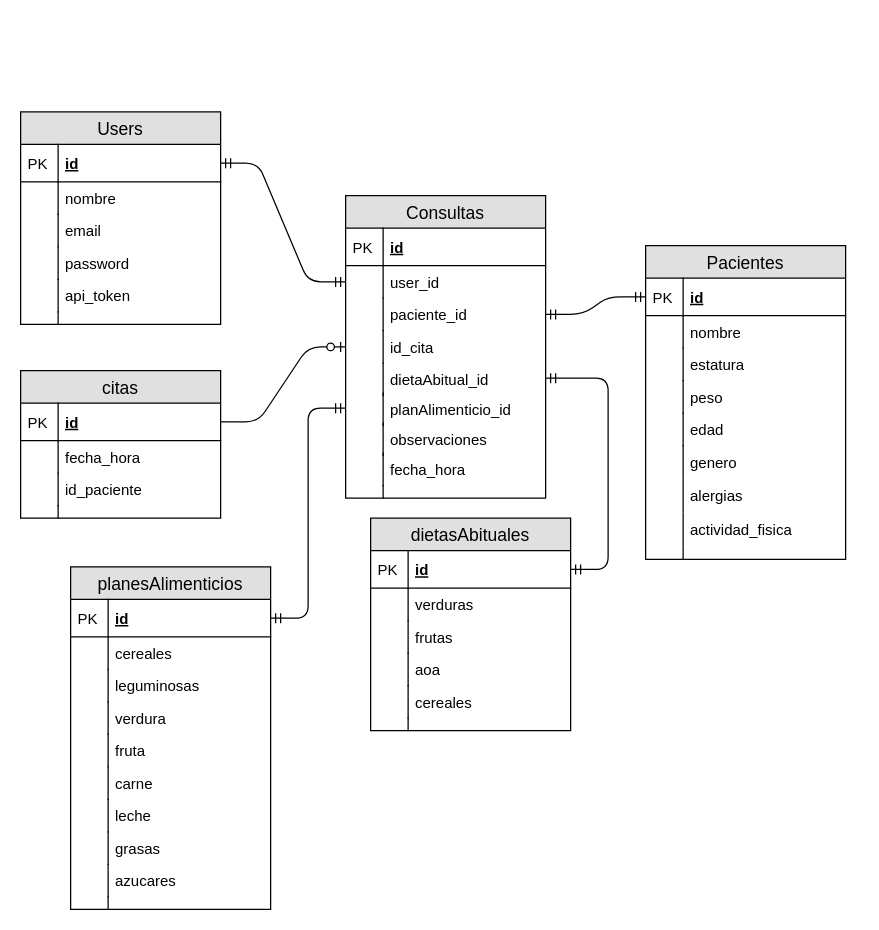
Above: baseDeDatosProyecto.drawio in elagabalus01/nutrikit (draw.io), before the change. Source tidied: cells renumbered, new cells numbered last; positions are measured from the earlier drawing's top-left corner, leaving out a move shared by most shapes. Both pictures are drawn from the tidied source at 125%, with x=0, y=0 at pixel (20, 111).
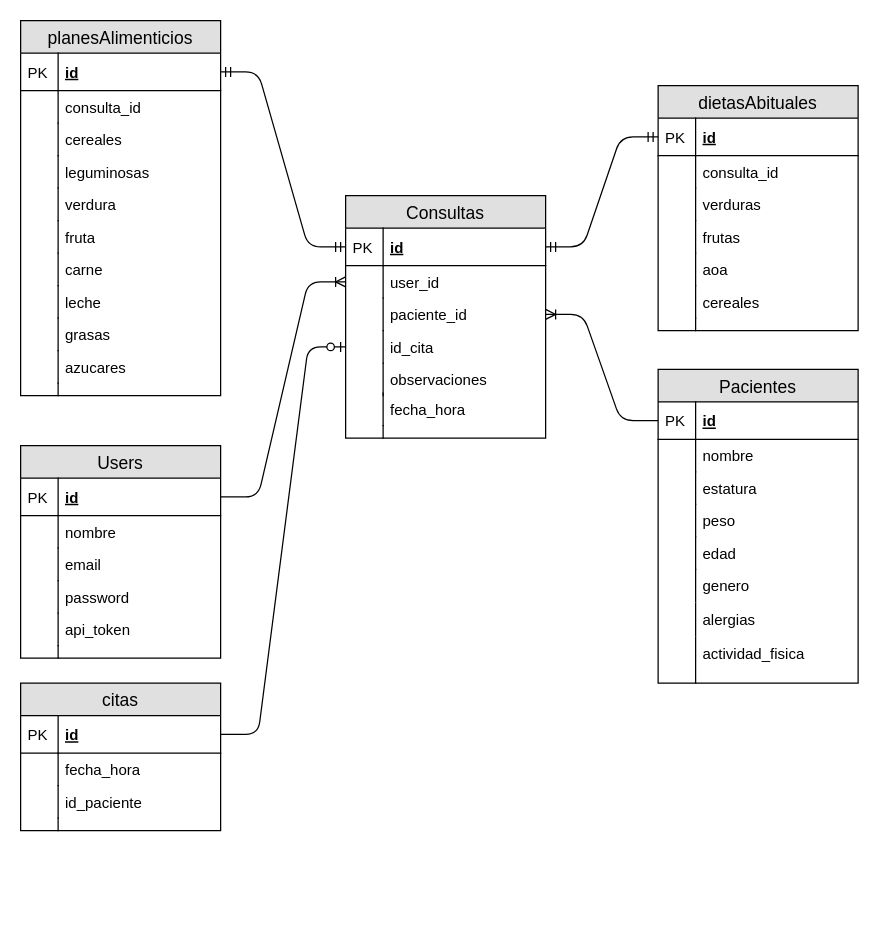
Above is the later version.

The change refers to these unchanged cells:
```xml
<mxCell id="3" value="id" style="shape=partialRectangle;top=0;left=0;right=0;bottom=1;align=left;verticalAlign=middle;fillColor=none;spacingLeft=34;spacingRight=4;overflow=hidden;points=[[0,0.5],[1,0.5]];portConstraint=eastwest;fontStyle=5;fontSize=12;" parent="2" vertex="1">
  <mxGeometry y="26" width="160" height="30" as="geometry" />
</mxCell>
<mxCell id="16" value="id" style="shape=partialRectangle;top=0;left=0;right=0;bottom=1;align=left;verticalAlign=middle;fillColor=none;spacingLeft=34;spacingRight=4;overflow=hidden;points=[[0,0.5],[1,0.5]];portConstraint=eastwest;fontStyle=5;fontSize=12;" parent="15" vertex="1">
  <mxGeometry y="26" width="160" height="30" as="geometry" />
</mxCell>
<mxCell id="44" value="id" style="shape=partialRectangle;top=0;left=0;right=0;bottom=1;align=left;verticalAlign=middle;fillColor=none;spacingLeft=34;spacingRight=4;overflow=hidden;points=[[0,0.5],[1,0.5]];portConstraint=eastwest;fontStyle=5;fontSize=12;" parent="43" vertex="1">
  <mxGeometry y="26" width="160" height="30" as="geometry" />
</mxCell>
<mxCell id="46" value="user_id" style="shape=partialRectangle;top=0;left=0;right=0;bottom=0;align=left;verticalAlign=top;fillColor=none;spacingLeft=34;spacingRight=4;overflow=hidden;points=[[0,0.5],[1,0.5]];portConstraint=eastwest;fontSize=12;" parent="43" vertex="1">
  <mxGeometry y="56" width="160" height="26" as="geometry" />
</mxCell>
<mxCell id="48" value="paciente_id" style="shape=partialRectangle;top=0;left=0;right=0;bottom=0;align=left;verticalAlign=top;fillColor=none;spacingLeft=34;spacingRight=4;overflow=hidden;points=[[0,0.5],[1,0.5]];portConstraint=eastwest;fontSize=12;" parent="43" vertex="1">
  <mxGeometry y="82" width="160" height="26" as="geometry" />
</mxCell>
<mxCell id="66" value="id" style="shape=partialRectangle;top=0;left=0;right=0;bottom=1;align=left;verticalAlign=middle;fillColor=none;spacingLeft=34;spacingRight=4;overflow=hidden;points=[[0,0.5],[1,0.5]];portConstraint=eastwest;fontStyle=5;fontSize=12;" parent="65" vertex="1">
  <mxGeometry y="26" width="160" height="30" as="geometry" />
</mxCell>
<mxCell id="79" value="id" style="shape=partialRectangle;top=0;left=0;right=0;bottom=1;align=left;verticalAlign=middle;fillColor=none;spacingLeft=34;spacingRight=4;overflow=hidden;points=[[0,0.5],[1,0.5]];portConstraint=eastwest;fontStyle=5;fontSize=12;" parent="78" vertex="1">
  <mxGeometry y="26" width="160" height="30" as="geometry" />
</mxCell>
```

Diff of the diagram source:
```diff
@@
     <mxCell id="2" value="Users" style="swimlane;fontStyle=0;horizontal=1;startSize=26;fillColor=#e0e0e0;swimlaneFillColor=#ffffff;align=center;fontSize=14;" parent="1" vertex="1">
-      <mxGeometry width="160" height="170" as="geometry" />
+      <mxGeometry y="267" width="160" height="170" as="geometry" />
     </mxCell>
@@
     <mxCell id="15" value="Pacientes" style="swimlane;fontStyle=0;horizontal=1;startSize=26;fillColor=#e0e0e0;swimlaneFillColor=#ffffff;align=center;fontSize=14;" parent="1" vertex="1">
-      <mxGeometry x="500" y="107" width="160" height="251" as="geometry" />
+      <mxGeometry x="510" y="206" width="160" height="251" as="geometry" />
     </mxCell>
@@
     <mxCell id="34" value="citas" style="swimlane;fontStyle=0;horizontal=1;startSize=26;fillColor=#e0e0e0;swimlaneFillColor=#ffffff;align=center;fontSize=14;" parent="1" vertex="1">
-      <mxGeometry y="207" width="160" height="118" as="geometry" />
+      <mxGeometry y="457" width="160" height="118" as="geometry" />
     </mxCell>
@@
     <mxCell id="43" value="Consultas" style="swimlane;fontStyle=0;horizontal=1;startSize=26;fillColor=#e0e0e0;swimlaneFillColor=#ffffff;align=center;fontSize=14;" parent="1" vertex="1">
-      <mxGeometry x="260" y="67" width="160" height="242" as="geometry" />
+      <mxGeometry x="260" y="67" width="160" height="194" as="geometry" />
     </mxCell>
@@
-    <mxCell id="52" value="dietaAbitual_id" style="shape=partialRectangle;top=0;left=0;right=0;bottom=0;align=left;verticalAlign=top;fillColor=none;spacingLeft=34;spacingRight=4;overflow=hidden;points=[[0,0.5],[1,0.5]];portConstraint=eastwest;fontSize=12;" parent="43" vertex="1">
-      <mxGeometry y="134" width="160" height="24" as="geometry" />
-    </mxCell>
-    <mxCell id="53" style="shape=partialRectangle;top=0;left=0;bottom=0;fillColor=none;align=left;verticalAlign=top;spacingLeft=4;spacingRight=4;overflow=hidden;fontSize=12;" parent="52" vertex="1">
-      <mxGeometry width="30" height="26" as="geometry" />
-    </mxCell>
-    <mxCell id="54" value="planAlimenticio_id" style="shape=partialRectangle;top=0;left=0;right=0;bottom=0;align=left;verticalAlign=top;fillColor=none;spacingLeft=34;spacingRight=4;overflow=hidden;points=[[0,0.5],[1,0.5]];portConstraint=eastwest;fontSize=12;" parent="43" vertex="1">
-      <mxGeometry y="158" width="160" height="24" as="geometry" />
-    </mxCell>
-    <mxCell id="55" style="shape=partialRectangle;top=0;left=0;bottom=0;fillColor=none;align=left;verticalAlign=top;spacingLeft=4;spacingRight=4;overflow=hidden;fontSize=12;" parent="54" vertex="1">
-      <mxGeometry width="30" height="26" as="geometry" />
-    </mxCell>
     <mxCell id="56" value="observaciones" style="shape=partialRectangle;top=0;left=0;right=0;bottom=0;align=left;verticalAlign=top;fillColor=none;spacingLeft=34;spacingRight=4;overflow=hidden;fontSize=12;" parent="43" vertex="1">
-      <mxGeometry y="182" width="160" height="24" as="geometry" />
+      <mxGeometry y="134" width="160" height="24" as="geometry" />
     </mxCell>
@@
     <mxCell id="58" value="fecha_hora" style="shape=partialRectangle;top=0;left=0;right=0;bottom=0;align=left;verticalAlign=top;fillColor=none;spacingLeft=34;spacingRight=4;overflow=hidden;fontSize=12;" parent="43" vertex="1">
-      <mxGeometry y="206" width="160" height="26" as="geometry" />
+      <mxGeometry y="158" width="160" height="26" as="geometry" />
     </mxCell>
@@
     <mxCell id="60" style="shape=partialRectangle;top=0;left=0;right=0;bottom=0;align=left;verticalAlign=top;fillColor=none;spacingLeft=34;spacingRight=4;overflow=hidden;fontSize=12;" parent="43" vertex="1">
-      <mxGeometry y="232" width="160" height="10" as="geometry" />
+      <mxGeometry y="184" width="160" height="10" as="geometry" />
     </mxCell>
@@
-    <mxCell id="62" style="edgeStyle=entityRelationEdgeStyle;fontSize=12;html=1;endArrow=ERmandOne;startArrow=ERmandOne;exitX=1;exitY=0.5;exitDx=0;exitDy=0;" parent="1" edge="1" source="3" target="46">
-      <mxGeometry relative="1" as="geometry" />
-    </mxCell>
-    <mxCell id="63" style="edgeStyle=entityRelationEdgeStyle;fontSize=12;html=1;endArrow=ERmandOne;startArrow=ERmandOne;entryX=0;entryY=0.5;entryDx=0;entryDy=0;" parent="1" edge="1" source="48" target="16">
-      <mxGeometry relative="1" as="geometry" />
-    </mxCell>
@@
     <mxCell id="65" value="dietasAbituales" style="swimlane;fontStyle=0;horizontal=1;startSize=26;fillColor=#e0e0e0;swimlaneFillColor=#ffffff;align=center;fontSize=14;" parent="1" vertex="1">
-      <mxGeometry x="280" y="325" width="160" height="170" as="geometry" />
+      <mxGeometry x="510" y="-21" width="160" height="196" as="geometry" />
     </mxCell>
@@
-    <mxCell id="68" value="verduras" style="shape=partialRectangle;top=0;left=0;right=0;bottom=0;align=left;verticalAlign=top;fillColor=none;spacingLeft=34;spacingRight=4;overflow=hidden;fontSize=12;" parent="65" vertex="1">
+    <mxCell id="68" value="consulta_id" style="shape=partialRectangle;top=0;left=0;right=0;bottom=0;align=left;verticalAlign=top;fillColor=none;spacingLeft=34;spacingRight=4;overflow=hidden;fontSize=12;" parent="65" vertex="1">
       <mxGeometry y="56" width="160" height="26" as="geometry" />
     </mxCell>
@@
+    <mxCell id="101" value="verduras" style="shape=partialRectangle;top=0;left=0;right=0;bottom=0;align=left;verticalAlign=top;fillColor=none;spacingLeft=34;spacingRight=4;overflow=hidden;fontSize=12;" parent="65" vertex="1">
+      <mxGeometry y="82" width="160" height="26" as="geometry" />
+    </mxCell>
+    <mxCell id="102" style="shape=partialRectangle;top=0;left=0;bottom=0;fillColor=none;align=left;verticalAlign=top;spacingLeft=4;spacingRight=4;overflow=hidden;fontSize=12;" parent="101" vertex="1">
+      <mxGeometry width="30" height="26" as="geometry" />
+    </mxCell>
     <mxCell id="70" value="frutas" style="shape=partialRectangle;top=0;left=0;right=0;bottom=0;align=left;verticalAlign=top;fillColor=none;spacingLeft=34;spacingRight=4;overflow=hidden;fontSize=12;" parent="65" vertex="1">
-      <mxGeometry y="82" width="160" height="26" as="geometry" />
+      <mxGeometry y="108" width="160" height="26" as="geometry" />
     </mxCell>
@@
     <mxCell id="72" value="aoa" style="shape=partialRectangle;top=0;left=0;right=0;bottom=0;align=left;verticalAlign=top;fillColor=none;spacingLeft=34;spacingRight=4;overflow=hidden;fontSize=12;" parent="65" vertex="1">
-      <mxGeometry y="108" width="160" height="26" as="geometry" />
+      <mxGeometry y="134" width="160" height="26" as="geometry" />
     </mxCell>
@@
     <mxCell id="74" value="cereales" style="shape=partialRectangle;top=0;left=0;right=0;bottom=0;align=left;verticalAlign=top;fillColor=none;spacingLeft=34;spacingRight=4;overflow=hidden;fontSize=12;" parent="65" vertex="1">
-      <mxGeometry y="134" width="160" height="26" as="geometry" />
+      <mxGeometry y="160" width="160" height="26" as="geometry" />
     </mxCell>
@@
     <mxCell id="76" style="shape=partialRectangle;top=0;left=0;right=0;bottom=0;align=left;verticalAlign=top;fillColor=none;spacingLeft=34;spacingRight=4;overflow=hidden;fontSize=12;" parent="65" vertex="1">
-      <mxGeometry y="160" width="160" height="10" as="geometry" />
+      <mxGeometry y="186" width="160" height="10" as="geometry" />
     </mxCell>
@@
     <mxCell id="78" value="planesAlimenticios" style="swimlane;fontStyle=0;horizontal=1;startSize=26;fillColor=#e0e0e0;swimlaneFillColor=#ffffff;align=center;fontSize=14;" parent="1" vertex="1">
-      <mxGeometry x="40" y="364" width="160" height="274" as="geometry" />
+      <mxGeometry y="-73" width="160" height="300" as="geometry" />
     </mxCell>
@@
-    <mxCell id="81" value="cereales" style="shape=partialRectangle;top=0;left=0;right=0;bottom=0;align=left;verticalAlign=top;fillColor=none;spacingLeft=34;spacingRight=4;overflow=hidden;fontSize=12;" parent="78" vertex="1">
+    <mxCell id="81" value="consulta_id" style="shape=partialRectangle;top=0;left=0;right=0;bottom=0;align=left;verticalAlign=top;fillColor=none;spacingLeft=34;spacingRight=4;overflow=hidden;fontSize=12;" parent="78" vertex="1">
       <mxGeometry y="56" width="160" height="26" as="geometry" />
     </mxCell>
@@
+    <mxCell id="103" value="cereales" style="shape=partialRectangle;top=0;left=0;right=0;bottom=0;align=left;verticalAlign=top;fillColor=none;spacingLeft=34;spacingRight=4;overflow=hidden;fontSize=12;" parent="78" vertex="1">
+      <mxGeometry y="82" width="160" height="26" as="geometry" />
+    </mxCell>
+    <mxCell id="104" style="shape=partialRectangle;top=0;left=0;bottom=0;fillColor=none;align=left;verticalAlign=top;spacingLeft=4;spacingRight=4;overflow=hidden;fontSize=12;" parent="103" vertex="1">
+      <mxGeometry width="30" height="26" as="geometry" />
+    </mxCell>
     <mxCell id="83" value="leguminosas" style="shape=partialRectangle;top=0;left=0;right=0;bottom=0;align=left;verticalAlign=top;fillColor=none;spacingLeft=34;spacingRight=4;overflow=hidden;fontSize=12;" parent="78" vertex="1">
-      <mxGeometry y="82" width="160" height="26" as="geometry" />
+      <mxGeometry y="108" width="160" height="26" as="geometry" />
     </mxCell>
@@
     <mxCell id="85" value="verdura" style="shape=partialRectangle;top=0;left=0;right=0;bottom=0;align=left;verticalAlign=top;fillColor=none;spacingLeft=34;spacingRight=4;overflow=hidden;fontSize=12;" parent="78" vertex="1">
-      <mxGeometry y="108" width="160" height="26" as="geometry" />
+      <mxGeometry y="134" width="160" height="26" as="geometry" />
     </mxCell>
@@
     <mxCell id="87" value="fruta" style="shape=partialRectangle;top=0;left=0;right=0;bottom=0;align=left;verticalAlign=top;fillColor=none;spacingLeft=34;spacingRight=4;overflow=hidden;fontSize=12;" parent="78" vertex="1">
-      <mxGeometry y="134" width="160" height="26" as="geometry" />
+      <mxGeometry y="160" width="160" height="26" as="geometry" />
     </mxCell>
@@
     <mxCell id="89" value="carne" style="shape=partialRectangle;top=0;left=0;right=0;bottom=0;align=left;verticalAlign=top;fillColor=none;spacingLeft=34;spacingRight=4;overflow=hidden;fontSize=12;" parent="78" vertex="1">
-      <mxGeometry y="160" width="160" height="26" as="geometry" />
+      <mxGeometry y="186" width="160" height="26" as="geometry" />
     </mxCell>
@@
     <mxCell id="91" value="leche" style="shape=partialRectangle;top=0;left=0;right=0;bottom=0;align=left;verticalAlign=top;fillColor=none;spacingLeft=34;spacingRight=4;overflow=hidden;fontSize=12;" parent="78" vertex="1">
-      <mxGeometry y="186" width="160" height="26" as="geometry" />
+      <mxGeometry y="212" width="160" height="26" as="geometry" />
     </mxCell>
@@
     <mxCell id="93" value="grasas" style="shape=partialRectangle;top=0;left=0;right=0;bottom=0;align=left;verticalAlign=top;fillColor=none;spacingLeft=34;spacingRight=4;overflow=hidden;fontSize=12;" parent="78" vertex="1">
-      <mxGeometry y="212" width="160" height="26" as="geometry" />
+      <mxGeometry y="238" width="160" height="26" as="geometry" />
     </mxCell>
@@
     <mxCell id="95" value="azucares" style="shape=partialRectangle;top=0;left=0;right=0;bottom=0;align=left;verticalAlign=top;fillColor=none;spacingLeft=34;spacingRight=4;overflow=hidden;fontSize=12;" parent="78" vertex="1">
-      <mxGeometry y="238" width="160" height="26" as="geometry" />
+      <mxGeometry y="264" width="160" height="26" as="geometry" />
     </mxCell>
@@
     <mxCell id="97" style="shape=partialRectangle;top=0;left=0;right=0;bottom=0;align=left;verticalAlign=top;fillColor=none;spacingLeft=34;spacingRight=4;overflow=hidden;fontSize=12;" parent="78" vertex="1">
-      <mxGeometry y="264" width="160" height="10" as="geometry" />
+      <mxGeometry y="290" width="160" height="10" as="geometry" />
     </mxCell>
@@
-    <mxCell id="99" style="edgeStyle=entityRelationEdgeStyle;fontSize=12;html=1;endArrow=ERmandOne;startArrow=ERmandOne;" parent="1" edge="1" source="66" target="52">
+    <mxCell id="99" style="edgeStyle=entityRelationEdgeStyle;fontSize=12;html=1;endArrow=ERmandOne;startArrow=ERmandOne;" parent="1" edge="1" source="66" target="44">
       <mxGeometry relative="1" as="geometry" />
     </mxCell>
-    <mxCell id="100" style="edgeStyle=entityRelationEdgeStyle;fontSize=12;html=1;endArrow=ERmandOne;startArrow=ERmandOne;" parent="1" edge="1" source="79" target="54">
+    <mxCell id="100" style="edgeStyle=entityRelationEdgeStyle;fontSize=12;html=1;endArrow=ERmandOne;startArrow=ERmandOne;" parent="1" edge="1" source="79" target="44">
       <mxGeometry relative="1" as="geometry" />
     </mxCell>
+    <mxCell id="105" style="edgeStyle=entityRelationEdgeStyle;fontSize=12;html=1;endArrow=ERoneToMany;" parent="1" edge="1" source="16" target="48">
+      <mxGeometry relative="1" as="geometry" />
+    </mxCell>
+    <mxCell id="62" style="edgeStyle=entityRelationEdgeStyle;fontSize=12;html=1;endArrow=ERoneToMany;" parent="1" edge="1" source="3" target="46">
+      <mxGeometry relative="1" as="geometry" />
+    </mxCell>
```
